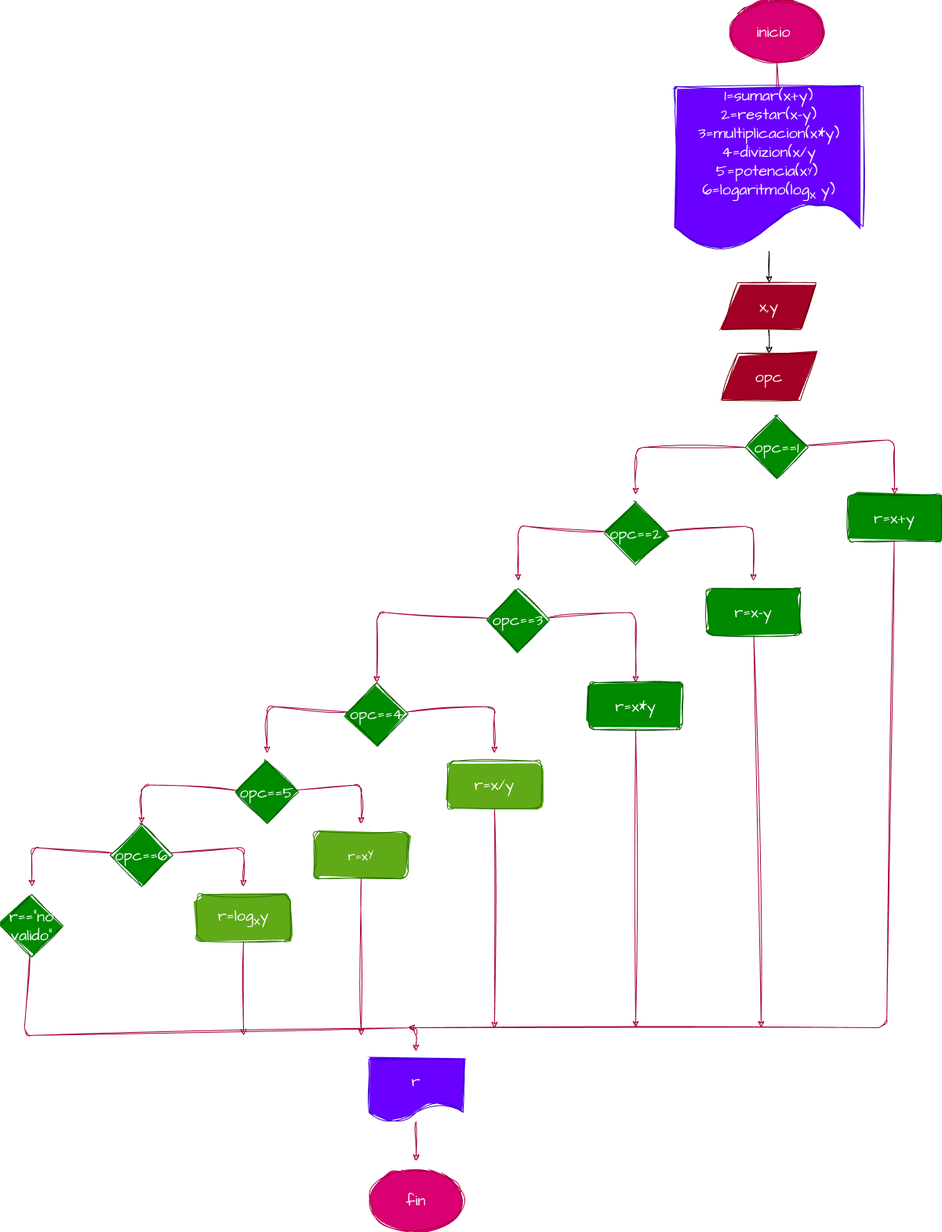
Before: diagrama.png, a diagram exported from draw.io (penguindavid/Minicalculadora-guanentina). Source tidied: cells renumbered, new cells last; positions are measured from the earlier drawing's top-left corner, leaving out a move shared by most shapes.
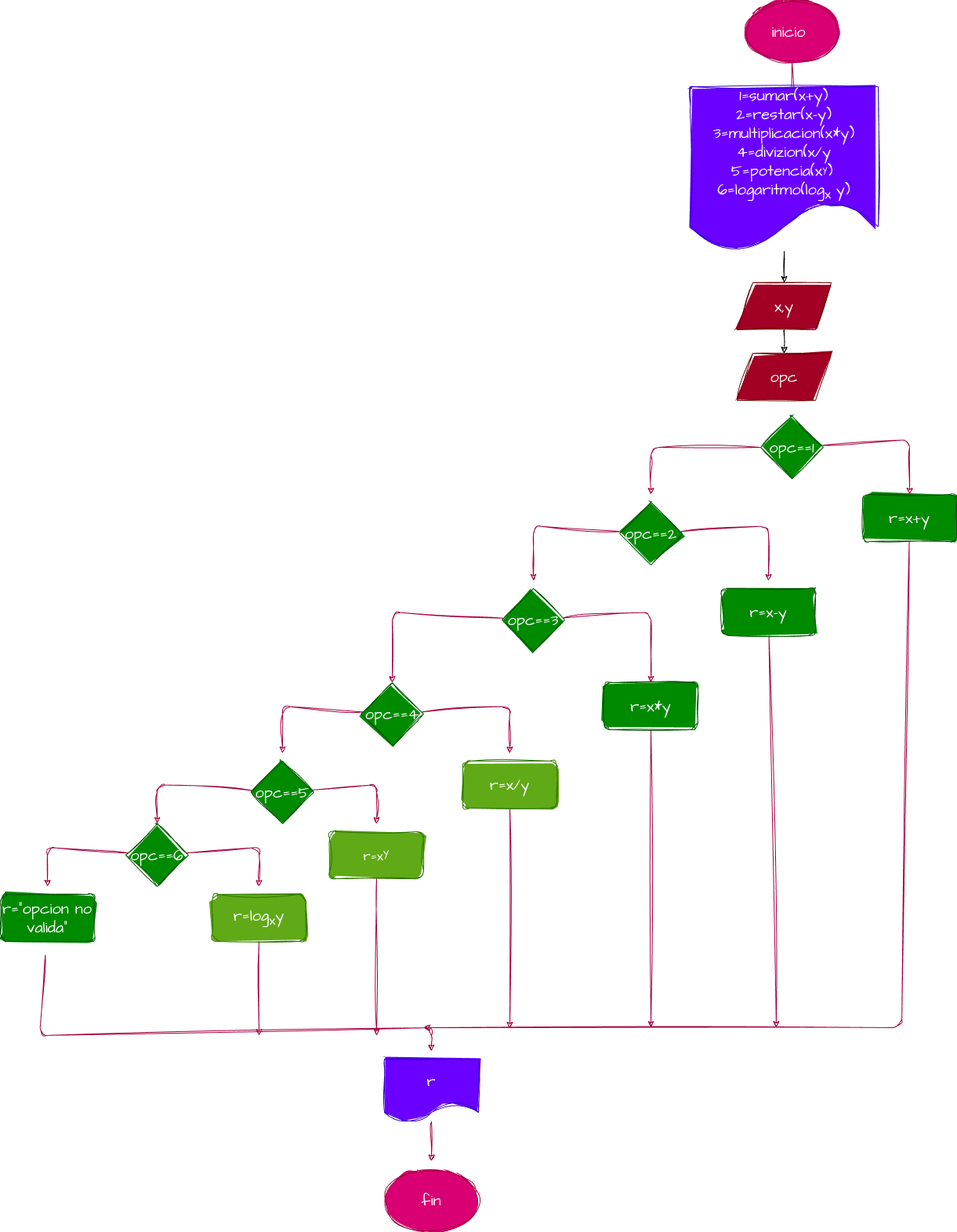
Above is the later version.

Diff of the diagram source:
```diff
@@ -175,8 +175,9 @@
     <mxCell id="33" value="r=log&lt;sub&gt;x&lt;/sub&gt;y" style="rounded=1;whiteSpace=wrap;html=1;sketch=1;hachureGap=4;jiggle=2;curveFitting=1;fontFamily=Architects Daughter;fontSource=https%3A%2F%2Ffonts.googleapis.com%2Fcss%3Ffamily%3DArchitects%2BDaughter;fontSize=20;fillColor=#60a917;fontColor=#ffffff;strokeColor=#2D7600;fillStyle=solid;" parent="1" vertex="1">
       <mxGeometry x="250" y="1140" width="120" height="60" as="geometry" />
     </mxCell>
-    <mxCell id="34" style="edgeStyle=none;sketch=1;hachureGap=4;jiggle=2;curveFitting=1;html=1;fontFamily=Architects Daughter;fontSource=https%3A%2F%2Ffonts.googleapis.com%2Fcss%3Ffamily%3DArchitects%2BDaughter;fontSize=16;fontColor=#FFFFFF;fillColor=#d80073;strokeColor=#A50040;" parent="1" edge="1" source="35">
+    <mxCell id="34" style="edgeStyle=none;sketch=1;hachureGap=4;jiggle=2;curveFitting=1;html=1;fontFamily=Architects Daughter;fontSource=https%3A%2F%2Ffonts.googleapis.com%2Fcss%3Ffamily%3DArchitects%2BDaughter;fontSize=16;fontColor=#FFFFFF;fillColor=#d80073;strokeColor=#A50040;" parent="1" edge="1">
       <mxGeometry relative="1" as="geometry">
+        <mxPoint x="37.3" y="1217.3" as="sourcePoint" />
         <mxPoint x="530" y="1340" as="targetPoint" />
         <Array as="points">
           <mxPoint x="30" y="1320" />
@@ -184,9 +185,6 @@
         </Array>
       </mxGeometry>
     </mxCell>
-    <mxCell id="35" value="r==&quot;no valido&quot;" style="rhombus;whiteSpace=wrap;html=1;sketch=1;hachureGap=4;jiggle=2;curveFitting=1;fontFamily=Architects Daughter;fontSource=https%3A%2F%2Ffonts.googleapis.com%2Fcss%3Ffamily%3DArchitects%2BDaughter;fontSize=20;fillColor=#008a00;fontColor=#ffffff;strokeColor=#005700;fillStyle=solid;" parent="1" vertex="1">
-      <mxGeometry y="1140" width="80" height="80" as="geometry" />
-    </mxCell>
     <mxCell id="36" style="edgeStyle=none;sketch=1;hachureGap=4;jiggle=2;curveFitting=1;html=1;exitX=0.5;exitY=0;exitDx=0;exitDy=0;fontFamily=Architects Daughter;fontSource=https%3A%2F%2Ffonts.googleapis.com%2Fcss%3Ffamily%3DArchitects%2BDaughter;fontSize=16;fontColor=#FFFFFF;entryX=0.5;entryY=0;entryDx=0;entryDy=0;fillColor=#d80073;strokeColor=#A50040;" parent="1" edge="1" source="38" target="38">
       <mxGeometry relative="1" as="geometry" />
     </mxCell>
@@ -218,5 +216,8 @@
     <mxCell id="44" value="opc" style="shape=parallelogram;perimeter=parallelogramPerimeter;whiteSpace=wrap;html=1;fixedSize=1;sketch=1;hachureGap=4;jiggle=2;fillStyle=solid;curveFitting=1;fontFamily=Architects Daughter;fontSource=https%3A%2F%2Ffonts.googleapis.com%2Fcss%3Ffamily%3DArchitects%2BDaughter;fontSize=20;fontColor=#ffffff;fillColor=#a20025;strokeColor=#6F0000;" parent="1" vertex="1">
       <mxGeometry x="920" y="450" width="120" height="60" as="geometry" />
     </mxCell>
+    <mxCell id="45" value="r=&quot;opcion no valida&quot;" style="rounded=1;whiteSpace=wrap;html=1;sketch=1;hachureGap=4;jiggle=2;fillStyle=solid;curveFitting=1;fontFamily=Architects Daughter;fontSource=https%3A%2F%2Ffonts.googleapis.com%2Fcss%3Ffamily%3DArchitects%2BDaughter;fontSize=20;fontColor=#ffffff;fillColor=#008a00;strokeColor=#005700;" parent="1" vertex="1">
+      <mxGeometry x="-20" y="1140" width="120" height="60" as="geometry" />
+    </mxCell>
   </root>
 </mxGraphModel>
```
